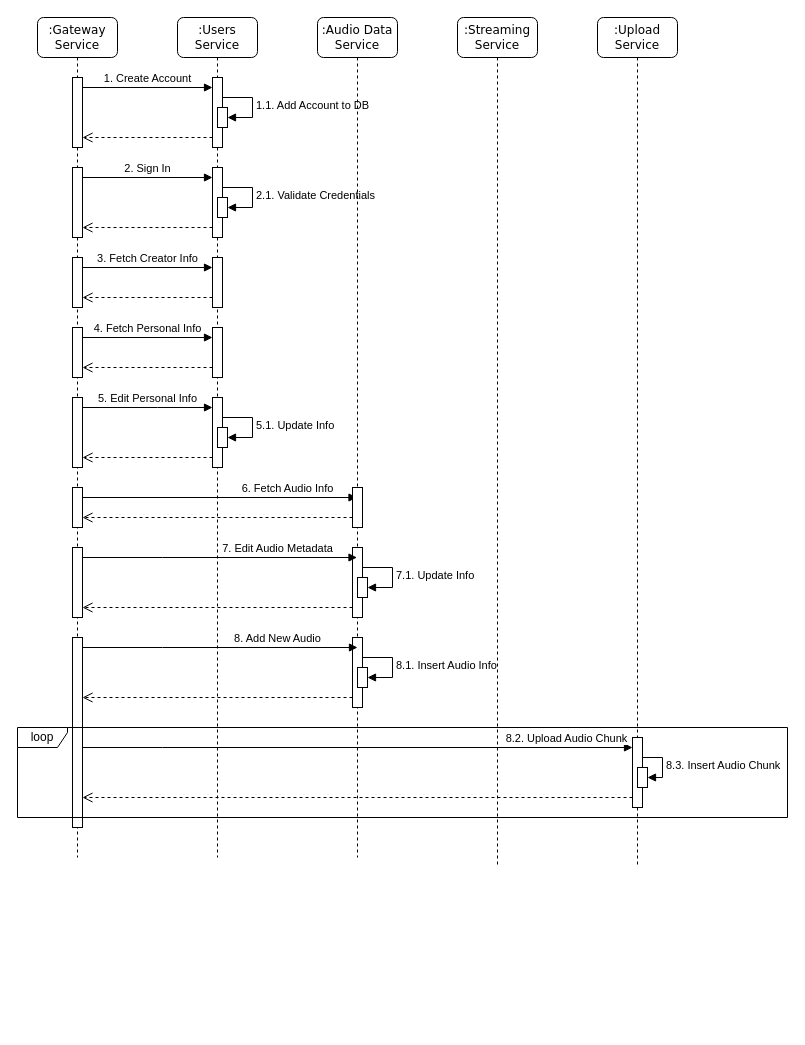
Above: Diagrams/sequence.drawio in WardZid/AudioWave (draw.io), before the change. Source tidied: cells renumbered, new cells numbered last; positions are measured from the earlier drawing's top-left corner, leaving out a move shared by most shapes. Both pictures are drawn from the tidied source at 100%, with x=0, y=0 at pixel (17, 17).
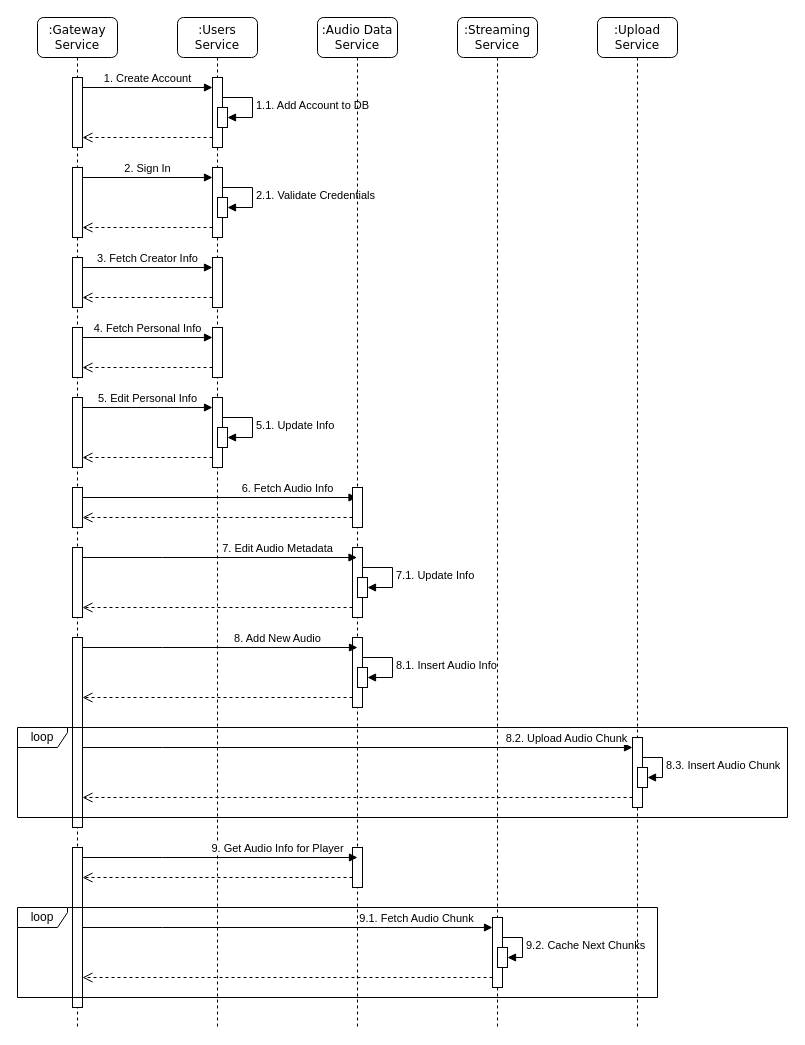
After the change.

Diff of the diagram source:
```diff
@@
     <mxCell id="2" value=":Gateway Service" style="shape=umlLifeline;perimeter=lifelinePerimeter;whiteSpace=wrap;html=1;rounded=1;shadow=0;comic=0;labelBackgroundColor=none;strokeWidth=1;fontFamily=Verdana;fontSize=12;align=center;" parent="1" vertex="1">
-      <mxGeometry x="20" width="80" height="840" as="geometry" />
+      <mxGeometry x="20" width="80" height="1010" as="geometry" />
     </mxCell>
@@
-    <mxCell id="14" value="6. Fetch Audio Info" style="html=1;verticalAlign=bottom;endArrow=block;curved=0;rounded=0;" parent="2" edge="1" target="38">
-      <mxGeometry x="0.49" relative="1" as="geometry">
-        <mxPoint x="45" y="480" as="sourcePoint" />
-      </mxGeometry>
-    </mxCell>
@@
+    <mxCell id="14" value="6. Fetch Audio Info" style="html=1;verticalAlign=bottom;endArrow=block;curved=0;rounded=0;" parent="2" edge="1" target="38">
+      <mxGeometry x="0.49" relative="1" as="geometry">
+        <mxPoint x="45" y="480" as="sourcePoint" />
+      </mxGeometry>
+    </mxCell>
     <mxCell id="17" value=":Users Service" style="shape=umlLifeline;perimeter=lifelinePerimeter;whiteSpace=wrap;html=1;rounded=1;shadow=0;comic=0;labelBackgroundColor=none;strokeWidth=1;fontFamily=Verdana;fontSize=12;align=center;" parent="1" vertex="1">
-      <mxGeometry x="160" width="80" height="840" as="geometry" />
+      <mxGeometry x="160" width="80" height="1010" as="geometry" />
     </mxCell>
@@
     <mxCell id="31" value=":Streaming Service" style="shape=umlLifeline;perimeter=lifelinePerimeter;whiteSpace=wrap;html=1;rounded=1;shadow=0;comic=0;labelBackgroundColor=none;strokeWidth=1;fontFamily=Verdana;fontSize=12;align=center;" parent="1" vertex="1">
-      <mxGeometry x="440" width="80" height="850" as="geometry" />
+      <mxGeometry x="440" width="80" height="1010" as="geometry" />
     </mxCell>
+    <mxCell id="55" style="html=1;points=[[0,0,0,0,5],[0,1,0,0,-5],[1,0,0,0,5],[1,1,0,0,-5]];perimeter=orthogonalPerimeter;outlineConnect=0;targetShapes=umlLifeline;portConstraint=eastwest;newEdgeStyle={&quot;curved&quot;:0,&quot;rounded&quot;:0};" parent="31" vertex="1">
+      <mxGeometry x="35" y="900" width="10" height="70" as="geometry" />
+    </mxCell>
+    <mxCell id="56" style="html=1;points=[[0,0,0,0,5],[0,1,0,0,-5],[1,0,0,0,5],[1,1,0,0,-5]];perimeter=orthogonalPerimeter;outlineConnect=0;targetShapes=umlLifeline;portConstraint=eastwest;newEdgeStyle={&quot;curved&quot;:0,&quot;rounded&quot;:0};" parent="31" vertex="1">
+      <mxGeometry x="40" y="930" width="10" height="20" as="geometry" />
+    </mxCell>
+    <mxCell id="57" value="&lt;font style=&quot;font-size: 11px;&quot;&gt;9.2. Cache Next Chunks&lt;/font&gt;" style="html=1;align=left;spacingLeft=2;endArrow=block;rounded=0;edgeStyle=orthogonalEdgeStyle;curved=0;rounded=0;" parent="31" edge="1" source="55" target="56">
+      <mxGeometry relative="1" as="geometry">
+        <Array as="points">
+          <mxPoint x="65" y="920" />
+          <mxPoint x="65" y="940" />
+        </Array>
+      </mxGeometry>
+    </mxCell>
     <mxCell id="32" value=":Upload Service" style="shape=umlLifeline;perimeter=lifelinePerimeter;whiteSpace=wrap;html=1;rounded=1;shadow=0;comic=0;labelBackgroundColor=none;strokeWidth=1;fontFamily=Verdana;fontSize=12;align=center;" parent="1" vertex="1">
-      <mxGeometry x="580" width="80" height="850" as="geometry" />
+      <mxGeometry x="580" width="80" height="1010" as="geometry" />
     </mxCell>
@@
     <mxCell id="38" value=":Audio Data Service" style="shape=umlLifeline;perimeter=lifelinePerimeter;whiteSpace=wrap;html=1;outlineConnect=0;rounded=1;shadow=0;comic=0;labelBackgroundColor=none;strokeWidth=1;fontFamily=Verdana;fontSize=12;align=center;" parent="1" vertex="1">
-      <mxGeometry x="300" width="80" height="840" as="geometry" />
+      <mxGeometry x="300" width="80" height="1010" as="geometry" />
     </mxCell>
@@
+    <mxCell id="58" style="html=1;points=[[0,0,0,0,5],[0,1,0,0,-5],[1,0,0,0,5],[1,1,0,0,-5]];perimeter=orthogonalPerimeter;outlineConnect=0;targetShapes=umlLifeline;portConstraint=eastwest;newEdgeStyle={&quot;curved&quot;:0,&quot;rounded&quot;:0};" parent="1" vertex="1">
+      <mxGeometry x="55" y="830" width="10" height="160" as="geometry" />
+    </mxCell>
+    <mxCell id="59" style="html=1;verticalAlign=bottom;endArrow=open;dashed=1;endSize=8;curved=0;rounded=0;" parent="1" edge="1" source="55">
+      <mxGeometry relative="1" as="geometry">
+        <mxPoint x="65" y="960" as="targetPoint" />
+      </mxGeometry>
+    </mxCell>
+    <mxCell id="60" value="9.1. Fetch Audio Chunk" style="html=1;verticalAlign=bottom;endArrow=block;curved=0;rounded=0;" parent="1" edge="1" target="55">
+      <mxGeometry x="0.63" relative="1" as="geometry">
+        <mxPoint x="65" y="910" as="sourcePoint" />
+        <Array as="points">
+          <mxPoint x="145" y="910" />
+        </Array>
+      </mxGeometry>
+    </mxCell>
+    <mxCell id="61" style="html=1;perimeter=orthogonalPerimeter;targetShapes=umlLifeline;newEdgeStyle={&quot;curved&quot;:0,&quot;rounded&quot;:0};" parent="1" vertex="1">
+      <mxGeometry x="335" y="830" width="10" height="40" as="geometry" />
+    </mxCell>
+    <mxCell id="62" style="html=1;verticalAlign=bottom;endArrow=open;dashed=1;endSize=8;curved=0;rounded=0;" parent="1" edge="1">
+      <mxGeometry relative="1" as="geometry">
+        <mxPoint x="335" y="860" as="sourcePoint" />
+        <mxPoint x="65" y="860" as="targetPoint" />
+      </mxGeometry>
+    </mxCell>
+    <mxCell id="63" value="9. Get Audio Info for Player" style="html=1;verticalAlign=bottom;endArrow=block;curved=0;rounded=0;" parent="1" edge="1" source="58">
+      <mxGeometry x="0.42" relative="1" as="geometry">
+        <mxPoint x="340" y="840" as="targetPoint" />
+        <Array as="points">
+          <mxPoint x="145" y="840" />
+        </Array>
+      </mxGeometry>
+    </mxCell>
+    <mxCell id="64" value="loop" style="shape=umlFrame;whiteSpace=wrap;html=1;width=50;height=20;" parent="1" vertex="1">
+      <mxGeometry y="890" width="640" height="90" as="geometry" />
+    </mxCell>
```
